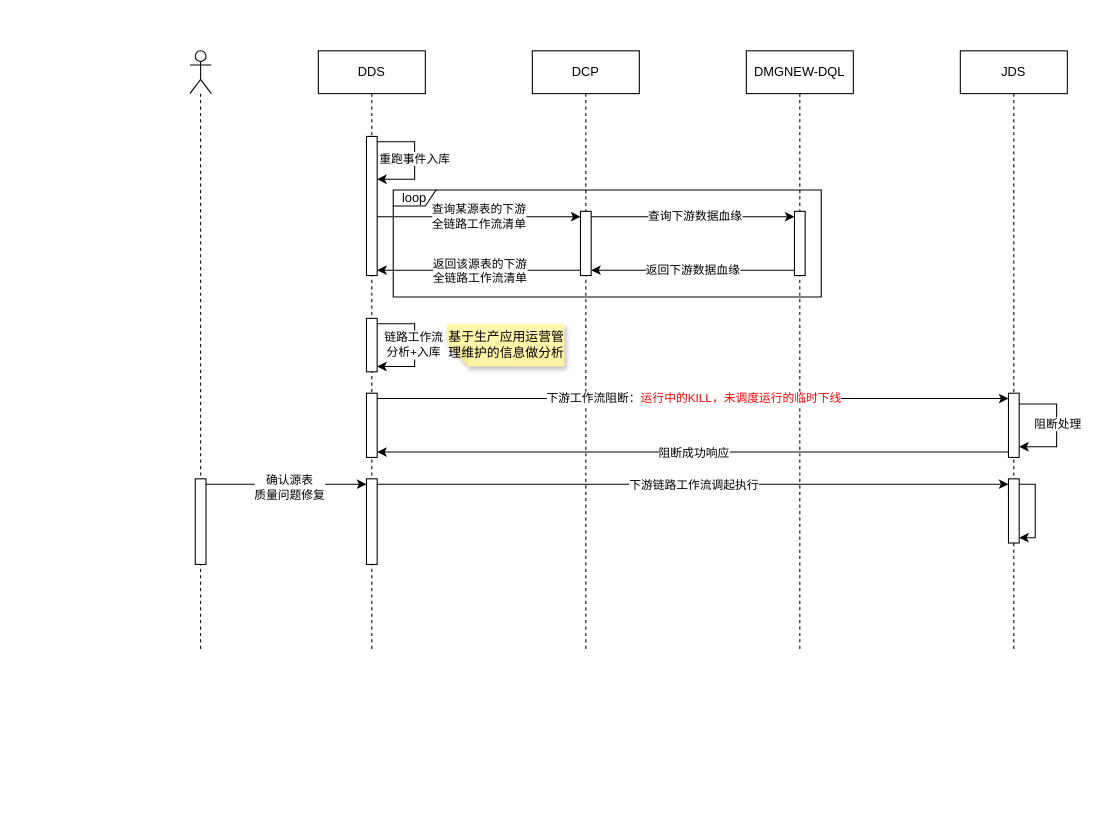
The draw.io diagram page "重跑事件平台处理流程" (2 of 2) of biz_flow/大数据平台工作流一键重跑设计.drawio in hlld3344/diagrams, before the edit. Source tidied: cells renumbered, new cells numbered last; positions are measured from the earlier drawing's top-left corner, leaving out a move shared by most shapes. Both pictures are drawn from the tidied source at 107%, with x=0, y=0 at pixel (189, 50).
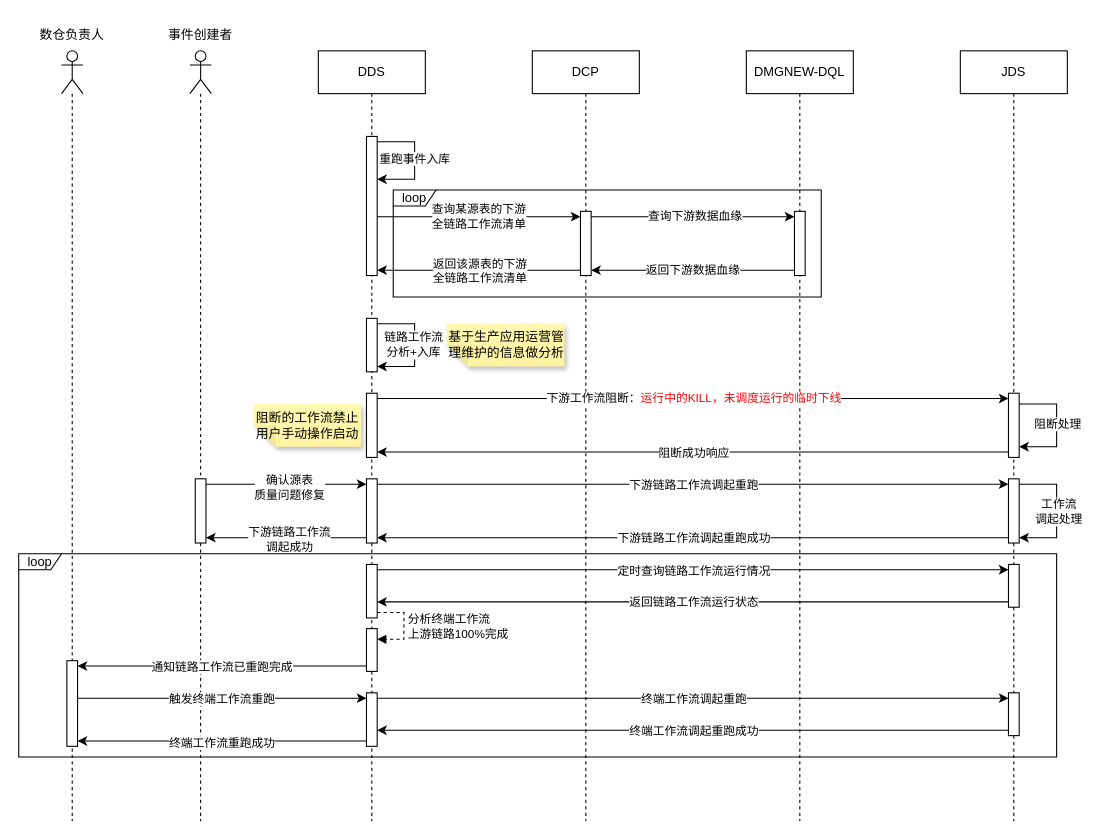
The same diagram, later.

Commit message (it also covers changes not shown here):
更新大数据平台工作流一键重跑设计.drawio

Unchanged cells that the change refers to:
```xml
<mxCell id="25" style="html=1;points=[[0,0,0,0,5],[0,1,0,0,-5],[1,0,0,0,5],[1,1,0,0,-5]];perimeter=orthogonalPerimeter;outlineConnect=0;targetShapes=umlLifeline;portConstraint=eastwest;newEdgeStyle={&quot;curved&quot;:0,&quot;rounded&quot;:0};" parent="24" vertex="1">
  <mxGeometry x="45" y="320" width="10" height="60" as="geometry" />
</mxCell>
<mxCell id="28" style="html=1;points=[[0,0,0,0,5],[0,1,0,0,-5],[1,0,0,0,5],[1,1,0,0,-5]];perimeter=orthogonalPerimeter;outlineConnect=0;targetShapes=umlLifeline;portConstraint=eastwest;newEdgeStyle={&quot;curved&quot;:0,&quot;rounded&quot;:0};" parent="24" vertex="1">
  <mxGeometry x="45" y="400" width="10" height="60" as="geometry" />
</mxCell>
<mxCell id="39" style="edgeStyle=orthogonalEdgeStyle;rounded=0;jettySize=auto;html=1;curved=0;exitX=1;exitY=0;exitDx=0;exitDy=5;exitPerimeter=0;entryX=0;entryY=0;entryDx=0;entryDy=5;entryPerimeter=0;" parent="1" edge="1" source="10" target="28">
  <mxGeometry relative="1" as="geometry" />
</mxCell>
```

Diff of the diagram source:
```diff
@@
     <mxCell id="2" value="DDS" style="shape=umlLifeline;perimeter=lifelinePerimeter;whiteSpace=wrap;html=1;newEdgeStyle={&quot;curved&quot;:0,&quot;rounded&quot;:0};" parent="1" vertex="1">
-      <mxGeometry x="120" width="100" height="560" as="geometry" />
+      <mxGeometry x="120" width="100" height="720" as="geometry" />
     </mxCell>
@@
     <mxCell id="10" style="html=1;points=[[0,0,0,0,5],[0,1,0,0,-5],[1,0,0,0,5],[1,1,0,0,-5]];perimeter=orthogonalPerimeter;outlineConnect=0;targetShapes=umlLifeline;portConstraint=eastwest;newEdgeStyle={&quot;curved&quot;:0,&quot;rounded&quot;:0};" parent="2" vertex="1">
-      <mxGeometry x="45" y="400" width="10" height="80" as="geometry" />
+      <mxGeometry x="45" y="400" width="10" height="60" as="geometry" />
     </mxCell>
+    <mxCell id="41" style="html=1;points=[[0,0,0,0,5],[0,1,0,0,-5],[1,0,0,0,5],[1,1,0,0,-5]];perimeter=orthogonalPerimeter;outlineConnect=0;targetShapes=umlLifeline;portConstraint=eastwest;newEdgeStyle={&quot;curved&quot;:0,&quot;rounded&quot;:0};" parent="2" vertex="1">
+      <mxGeometry x="45" y="480" width="10" height="50" as="geometry" />
+    </mxCell>
+    <mxCell id="42" style="html=1;points=[[0,0,0,0,5],[0,1,0,0,-5],[1,0,0,0,5],[1,1,0,0,-5]];perimeter=orthogonalPerimeter;outlineConnect=0;targetShapes=umlLifeline;portConstraint=eastwest;newEdgeStyle={&quot;curved&quot;:0,&quot;rounded&quot;:0};" parent="2" vertex="1">
+      <mxGeometry x="45" y="540" width="10" height="40" as="geometry" />
+    </mxCell>
+    <mxCell id="43" value="分析终端工作流&lt;div&gt;上游链路100%完成&lt;/div&gt;" style="html=1;align=left;spacingLeft=2;endArrow=block;rounded=0;edgeStyle=orthogonalEdgeStyle;curved=0;rounded=0;exitX=1;exitY=1;exitDx=0;exitDy=-5;exitPerimeter=0;dashed=1;" parent="2" edge="1" source="41" target="42">
+      <mxGeometry relative="1" as="geometry">
+        <Array as="points">
+          <mxPoint x="80" y="525" />
+          <mxPoint x="80" y="550" />
+        </Array>
+      </mxGeometry>
+    </mxCell>
+    <mxCell id="44" style="html=1;points=[[0,0,0,0,5],[0,1,0,0,-5],[1,0,0,0,5],[1,1,0,0,-5]];perimeter=orthogonalPerimeter;outlineConnect=0;targetShapes=umlLifeline;portConstraint=eastwest;newEdgeStyle={&quot;curved&quot;:0,&quot;rounded&quot;:0};" parent="2" vertex="1">
+      <mxGeometry x="45" y="600" width="10" height="50" as="geometry" />
+    </mxCell>
     <mxCell id="11" value="DCP" style="shape=umlLifeline;perimeter=lifelinePerimeter;whiteSpace=wrap;html=1;newEdgeStyle={&quot;curved&quot;:0,&quot;rounded&quot;:0};" parent="1" vertex="1">
-      <mxGeometry x="320" width="100" height="560" as="geometry" />
+      <mxGeometry x="320" width="100" height="720" as="geometry" />
     </mxCell>
@@
     <mxCell id="16" value="DMGNEW-DQL" style="shape=umlLifeline;perimeter=lifelinePerimeter;whiteSpace=wrap;html=1;newEdgeStyle={&quot;curved&quot;:0,&quot;rounded&quot;:0};" parent="1" vertex="1">
-      <mxGeometry x="520" width="100" height="560" as="geometry" />
+      <mxGeometry x="520" width="100" height="720" as="geometry" />
     </mxCell>
@@
     <mxCell id="24" value="JDS" style="shape=umlLifeline;perimeter=lifelinePerimeter;whiteSpace=wrap;html=1;newEdgeStyle={&quot;curved&quot;:0,&quot;rounded&quot;:0};" parent="1" vertex="1">
-      <mxGeometry x="720" width="100" height="560" as="geometry" />
+      <mxGeometry x="720" width="100" height="720" as="geometry" />
     </mxCell>
@@
     <mxCell id="26" style="edgeStyle=orthogonalEdgeStyle;rounded=0;jettySize=auto;html=1;curved=0;" parent="24" edge="1" target="25">
       <mxGeometry relative="1" as="geometry">
         <mxPoint x="55" y="330" as="sourcePoint" />
         <Array as="points">
-          <mxPoint x="55" y="330" />
           <mxPoint x="90" y="330" />
           <mxPoint x="90" y="370" />
         </Array>
       </mxGeometry>
     </mxCell>
@@
     <mxCell id="29" style="edgeStyle=orthogonalEdgeStyle;rounded=0;orthogonalLoop=1;jettySize=auto;html=1;curved=0;exitX=1;exitY=0;exitDx=0;exitDy=5;exitPerimeter=0;entryX=1;entryY=1;entryDx=0;entryDy=-5;entryPerimeter=0;" parent="24" edge="1" source="28" target="28">
       <mxGeometry relative="1" as="geometry">
         <Array as="points">
-          <mxPoint x="70" y="405" />
-          <mxPoint x="70" y="455" />
+          <mxPoint x="90" y="405" />
+          <mxPoint x="90" y="455" />
         </Array>
       </mxGeometry>
     </mxCell>
+    <mxCell id="45" value="工作流&lt;div&gt;调起处理&lt;/div&gt;" style="edgeLabel;html=1;align=center;verticalAlign=middle;" parent="29" vertex="1">
+      <mxGeometry y="1" relative="1" as="geometry" />
+    </mxCell>
+    <mxCell id="46" style="html=1;points=[[0,0,0,0,5],[0,1,0,0,-5],[1,0,0,0,5],[1,1,0,0,-5]];perimeter=orthogonalPerimeter;outlineConnect=0;targetShapes=umlLifeline;portConstraint=eastwest;newEdgeStyle={&quot;curved&quot;:0,&quot;rounded&quot;:0};" parent="24" vertex="1">
+      <mxGeometry x="45" y="480" width="10" height="40" as="geometry" />
+    </mxCell>
+    <mxCell id="47" style="html=1;points=[[0,0,0,0,5],[0,1,0,0,-5],[1,0,0,0,5],[1,1,0,0,-5]];perimeter=orthogonalPerimeter;outlineConnect=0;targetShapes=umlLifeline;portConstraint=eastwest;newEdgeStyle={&quot;curved&quot;:0,&quot;rounded&quot;:0};" parent="24" vertex="1">
+      <mxGeometry x="45" y="600" width="10" height="40" as="geometry" />
+    </mxCell>
@@
     <mxCell id="35" style="shape=umlLifeline;perimeter=lifelinePerimeter;whiteSpace=wrap;html=1;newEdgeStyle={&quot;curved&quot;:0,&quot;rounded&quot;:0};participant=umlActor;" parent="1" vertex="1">
-      <mxGeometry width="20" height="560" as="geometry" />
+      <mxGeometry width="20" height="720" as="geometry" />
     </mxCell>
     <mxCell id="36" style="html=1;points=[[0,0,0,0,5],[0,1,0,0,-5],[1,0,0,0,5],[1,1,0,0,-5]];perimeter=orthogonalPerimeter;outlineConnect=0;targetShapes=umlLifeline;portConstraint=eastwest;newEdgeStyle={&quot;curved&quot;:0,&quot;rounded&quot;:0};" parent="35" vertex="1">
-      <mxGeometry x="5" y="400" width="10" height="80" as="geometry" />
+      <mxGeometry x="5" y="400" width="10" height="60" as="geometry" />
     </mxCell>
@@
-    <mxCell id="40" value="下游链路工作流调起执行" style="edgeLabel;html=1;align=center;verticalAlign=middle;" parent="39" vertex="1">
+    <mxCell id="40" value="下游链路工作流调起重跑" style="edgeLabel;html=1;align=center;verticalAlign=middle;" parent="39" vertex="1">
       <mxGeometry relative="1" as="geometry" />
     </mxCell>
+    <mxCell id="48" style="edgeStyle=orthogonalEdgeStyle;rounded=0;jettySize=auto;html=1;curved=0;exitX=0;exitY=1;exitDx=0;exitDy=-5;exitPerimeter=0;" parent="1" edge="1" source="28" target="10">
+      <mxGeometry relative="1" as="geometry">
+        <Array as="points">
+          <mxPoint x="320" y="455" />
+          <mxPoint x="320" y="455" />
+        </Array>
+      </mxGeometry>
+    </mxCell>
+    <mxCell id="49" value="下游链路工作流调起重跑成功" style="edgeLabel;html=1;align=center;verticalAlign=middle;" parent="48" vertex="1">
+      <mxGeometry relative="1" as="geometry" />
+    </mxCell>
+    <mxCell id="50" style="edgeStyle=orthogonalEdgeStyle;rounded=0;jettySize=auto;html=1;curved=0;exitX=0;exitY=1;exitDx=0;exitDy=-5;exitPerimeter=0;" parent="1" edge="1" source="10" target="36">
+      <mxGeometry relative="1" as="geometry">
+        <Array as="points">
+          <mxPoint x="50" y="455" />
+          <mxPoint x="50" y="455" />
+        </Array>
+      </mxGeometry>
+    </mxCell>
+    <mxCell id="51" value="下游链路工作流&lt;div&gt;调起成功&lt;/div&gt;" style="edgeLabel;html=1;align=center;verticalAlign=middle;" parent="50" vertex="1">
+      <mxGeometry x="-0.03" y="1" relative="1" as="geometry" />
+    </mxCell>
+    <mxCell id="52" value="事件创建者" style="text;html=1;align=center;verticalAlign=middle;whiteSpace=wrap;rounded=0;" parent="1" vertex="1">
+      <mxGeometry x="-30" y="-30" width="80" height="30" as="geometry" />
+    </mxCell>
+    <mxCell id="53" style="shape=umlLifeline;perimeter=lifelinePerimeter;whiteSpace=wrap;html=1;newEdgeStyle={&quot;curved&quot;:0,&quot;rounded&quot;:0};participant=umlActor;" parent="1" vertex="1">
+      <mxGeometry x="-120" width="20" height="720" as="geometry" />
+    </mxCell>
+    <mxCell id="54" style="html=1;points=[[0,0,0,0,5],[0,1,0,0,-5],[1,0,0,0,5],[1,1,0,0,-5]];perimeter=orthogonalPerimeter;outlineConnect=0;targetShapes=umlLifeline;portConstraint=eastwest;newEdgeStyle={&quot;curved&quot;:0,&quot;rounded&quot;:0};" parent="53" vertex="1">
+      <mxGeometry x="5" y="570" width="10" height="80" as="geometry" />
+    </mxCell>
+    <mxCell id="55" value="数仓负责人" style="text;html=1;align=center;verticalAlign=middle;whiteSpace=wrap;rounded=0;" parent="1" vertex="1">
+      <mxGeometry x="-150" y="-30" width="80" height="30" as="geometry" />
+    </mxCell>
+    <mxCell id="56" style="edgeStyle=orthogonalEdgeStyle;rounded=0;jettySize=auto;html=1;curved=0;exitX=1;exitY=0;exitDx=0;exitDy=5;exitPerimeter=0;entryX=0;entryY=0;entryDx=0;entryDy=5;entryPerimeter=0;" parent="1" edge="1" source="41" target="46">
+      <mxGeometry relative="1" as="geometry" />
+    </mxCell>
+    <mxCell id="57" value="定时查询链路工作流运行情况" style="edgeLabel;html=1;align=center;verticalAlign=middle;" parent="56" vertex="1">
+      <mxGeometry relative="1" as="geometry" />
+    </mxCell>
+    <mxCell id="58" style="edgeStyle=orthogonalEdgeStyle;rounded=0;jettySize=auto;html=1;curved=0;exitX=0;exitY=1;exitDx=0;exitDy=-5;exitPerimeter=0;" parent="1" edge="1" source="46" target="41">
+      <mxGeometry relative="1" as="geometry">
+        <Array as="points">
+          <mxPoint x="320" y="515" />
+          <mxPoint x="320" y="515" />
+        </Array>
+      </mxGeometry>
+    </mxCell>
+    <mxCell id="59" value="返回链路工作流运行状态" style="edgeLabel;html=1;align=center;verticalAlign=middle;" parent="58" vertex="1">
+      <mxGeometry y="-1" relative="1" as="geometry" />
+    </mxCell>
+    <mxCell id="60" style="edgeStyle=orthogonalEdgeStyle;rounded=0;jettySize=auto;html=1;curved=0;exitX=0;exitY=1;exitDx=0;exitDy=-5;exitPerimeter=0;entryX=1;entryY=0;entryDx=0;entryDy=5;entryPerimeter=0;" parent="1" edge="1" source="42" target="54">
+      <mxGeometry relative="1" as="geometry" />
+    </mxCell>
+    <mxCell id="61" value="通知链路工作流已重跑完成" style="edgeLabel;html=1;align=center;verticalAlign=middle;" parent="60" vertex="1">
+      <mxGeometry x="0.01" relative="1" as="geometry" />
+    </mxCell>
+    <mxCell id="62" style="edgeStyle=orthogonalEdgeStyle;rounded=0;jettySize=auto;html=1;curved=0;entryX=0;entryY=0;entryDx=0;entryDy=5;entryPerimeter=0;" parent="1" edge="1" target="44">
+      <mxGeometry relative="1" as="geometry">
+        <mxPoint x="-100" y="605" as="sourcePoint" />
+        <Array as="points">
+          <mxPoint x="-105" y="605" />
+        </Array>
+      </mxGeometry>
+    </mxCell>
+    <mxCell id="63" value="触发终端工作流重跑" style="edgeLabel;html=1;align=center;verticalAlign=middle;" parent="62" vertex="1">
+      <mxGeometry x="0.01" relative="1" as="geometry" />
+    </mxCell>
+    <mxCell id="64" value="阻断的工作流禁止用户手动操作启动" style="shape=note;whiteSpace=wrap;html=1;backgroundOutline=1;fontColor=#000000;darkOpacity=0.05;fillColor=#FFF9B2;strokeColor=none;fillStyle=solid;direction=west;gradientDirection=north;gradientColor=#FFF2A1;shadow=1;size=20;align=left;" parent="1" vertex="1">
+      <mxGeometry x="60" y="330" width="100" height="40" as="geometry" />
+    </mxCell>
+    <mxCell id="65" style="edgeStyle=orthogonalEdgeStyle;rounded=0;jettySize=auto;html=1;curved=0;exitX=1;exitY=0;exitDx=0;exitDy=5;exitPerimeter=0;entryX=0;entryY=0;entryDx=0;entryDy=5;entryPerimeter=0;" parent="1" edge="1" source="44" target="47">
+      <mxGeometry relative="1" as="geometry" />
+    </mxCell>
+    <mxCell id="66" value="终端工作流调起重跑" style="edgeLabel;html=1;align=center;verticalAlign=middle;" parent="65" vertex="1">
+      <mxGeometry relative="1" as="geometry" />
+    </mxCell>
+    <mxCell id="67" style="edgeStyle=orthogonalEdgeStyle;rounded=0;jettySize=auto;html=1;curved=0;exitX=0;exitY=1;exitDx=0;exitDy=-5;exitPerimeter=0;" parent="1" edge="1" source="47" target="44">
+      <mxGeometry relative="1" as="geometry">
+        <Array as="points">
+          <mxPoint x="320" y="635" />
+          <mxPoint x="320" y="635" />
+        </Array>
+      </mxGeometry>
+    </mxCell>
+    <mxCell id="68" value="终端工作流调起重跑成功" style="edgeLabel;html=1;align=center;verticalAlign=middle;" parent="67" vertex="1">
+      <mxGeometry relative="1" as="geometry" />
+    </mxCell>
+    <mxCell id="69" style="edgeStyle=orthogonalEdgeStyle;rounded=0;jettySize=auto;html=1;curved=0;exitX=0;exitY=1;exitDx=0;exitDy=-5;exitPerimeter=0;entryX=1;entryY=1;entryDx=0;entryDy=-5;entryPerimeter=0;" parent="1" edge="1" source="44" target="54">
+      <mxGeometry relative="1" as="geometry" />
+    </mxCell>
+    <mxCell id="70" value="终端工作流重跑成功" style="edgeLabel;html=1;align=center;verticalAlign=middle;" parent="69" vertex="1">
+      <mxGeometry x="0.01" y="1" relative="1" as="geometry" />
+    </mxCell>
+    <mxCell id="71" value="loop" style="shape=umlFrame;whiteSpace=wrap;html=1;width=40;height=15;" parent="1" vertex="1">
+      <mxGeometry x="-160" y="470" width="970" height="190" as="geometry" />
+    </mxCell>
```
